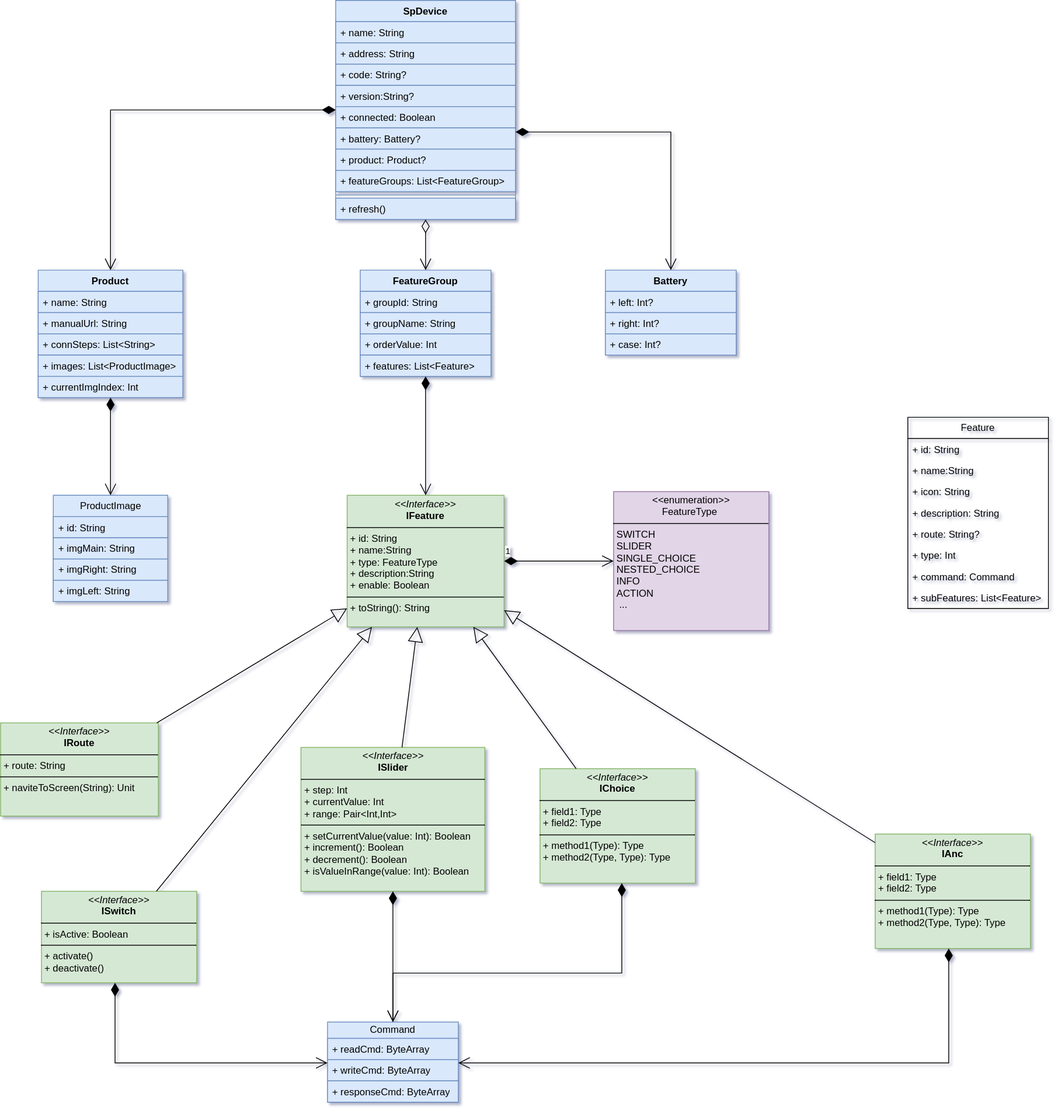
Above: sp-device.drawio.svg in kekemao00/draw-libs (draw.io), before the change. Source tidied: cells renumbered, new cells last; positions are measured from the earlier drawing's top-left corner, leaving out a move shared by most shapes.
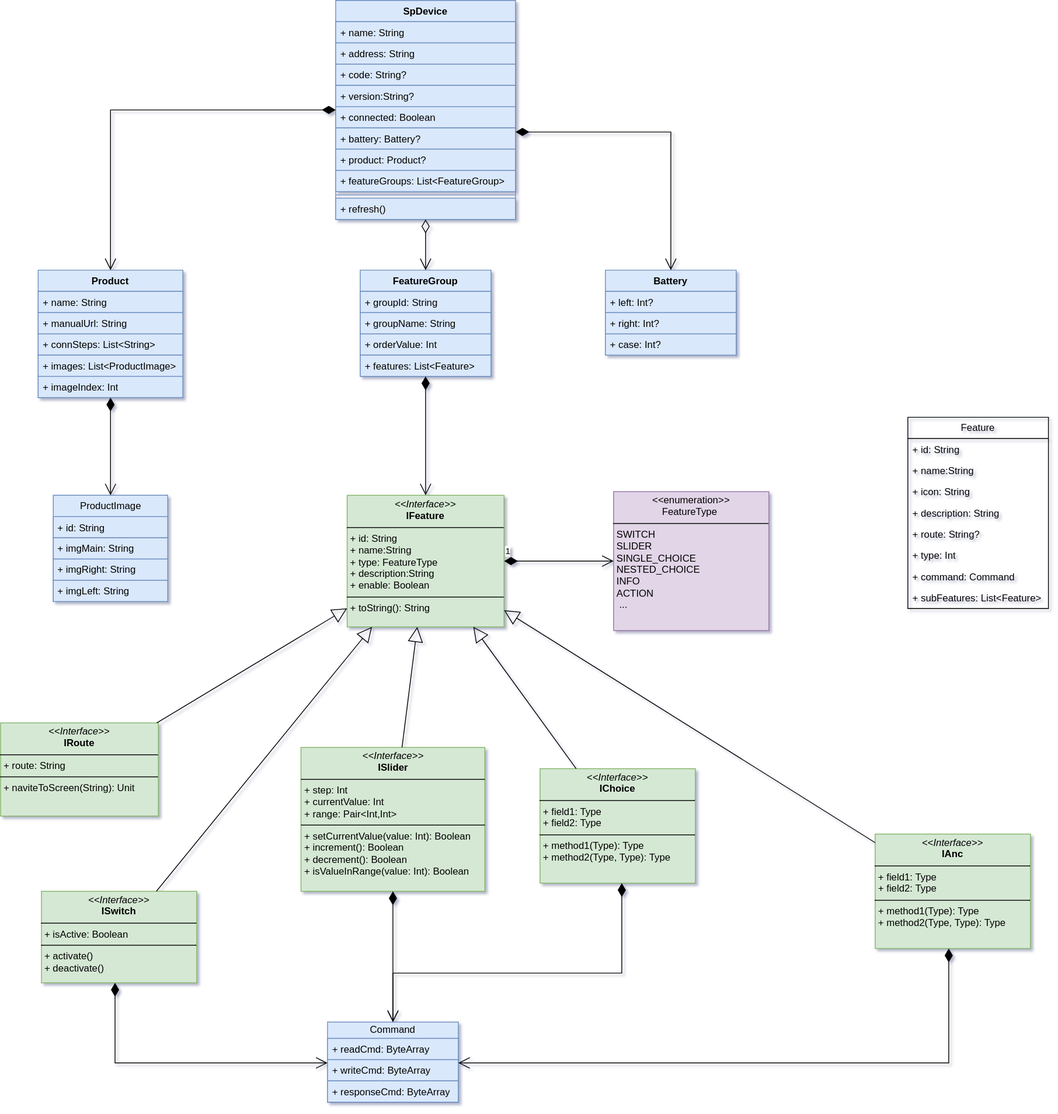
After the commit.

Change to the diagram source:
```diff
@@ -62,7 +62,7 @@
     <mxCell id="21" value="+ images: List&amp;lt;ProductImage&amp;gt;" style="text;strokeColor=#6c8ebf;fillColor=#dae8fc;align=left;verticalAlign=top;spacingLeft=4;spacingRight=4;overflow=hidden;whiteSpace=wrap;html=1;" parent="17" vertex="1">
       <mxGeometry y="104" width="177" height="26" as="geometry" />
     </mxCell>
-    <mxCell id="22" value="+&amp;nbsp;currentImgIndex: Int" style="text;strokeColor=#6c8ebf;fillColor=#dae8fc;align=left;verticalAlign=top;spacingLeft=4;spacingRight=4;overflow=hidden;whiteSpace=wrap;html=1;" parent="17" vertex="1">
+    <mxCell id="22" value="+&amp;nbsp;imageIndex: Int" style="text;strokeColor=#6c8ebf;fillColor=#dae8fc;align=left;verticalAlign=top;spacingLeft=4;spacingRight=4;overflow=hidden;whiteSpace=wrap;html=1;" parent="17" vertex="1">
       <mxGeometry y="130" width="177" height="26" as="geometry" />
     </mxCell>
     <mxCell id="23" value="ProductImage" style="swimlane;fontStyle=0;horizontal=1;startSize=26;fillColor=#dae8fc;whiteSpace=wrap;html=1;strokeColor=#6c8ebf;" parent="1" vertex="1">
```
